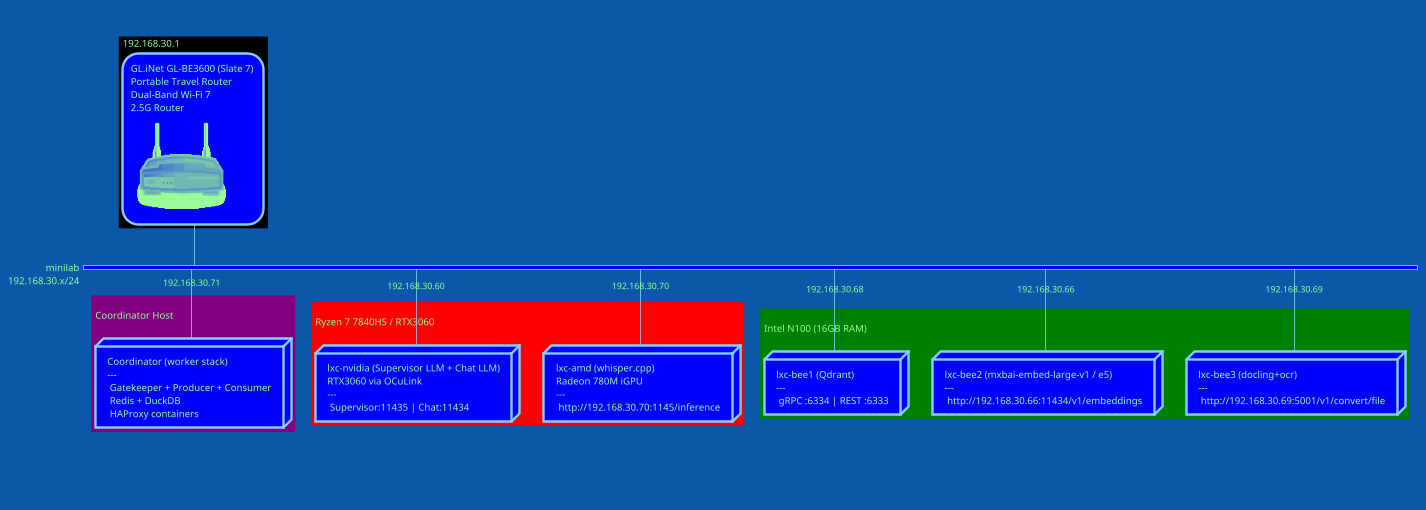
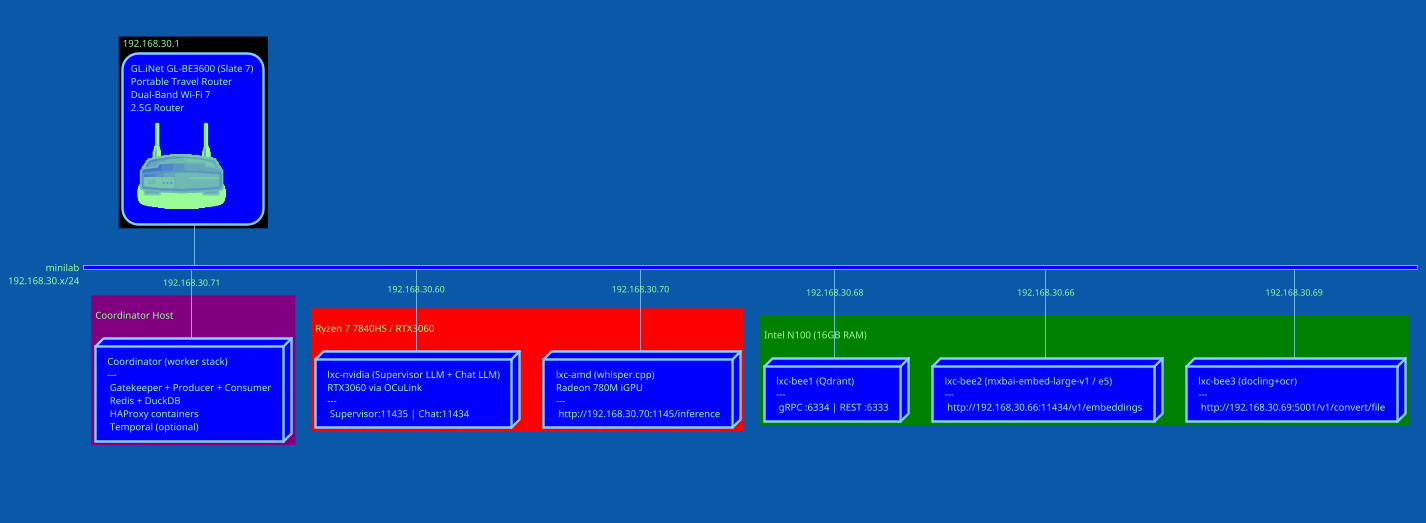
@startuml
@startnwdiag
'Adapted from https://github.com/Crashedmind/PlantUML-opensecurityarchitecture-icons/blob/master/all
scale .8
!include <osa/device_wireless_router/device_wireless_router>
!theme amiga
<style>
  element {
      Padding 10
      HorizontalAlignment center
      LineColor lightskyblue
      LineThickness 3.0
      BackgroundColor blue
      RoundCorner 40
      FontColor palegreen
  }
</style>
nwdiag {


    GL-BE3600 [description = "GL.iNet GL-BE3600 (Slate 7) \nPortable Travel Router\nDual-Band Wi-Fi 7, 2.5G Router\n<$device_wireless_router>"]

    network minilab {
        GL-BE3600
        address = "192.168.30.x/24"
        bee1 [address="192.168.30.68" shape = node, description = "lxc-bee1 (Qdrant)\n---\n gRPC :6334 | REST :6333"]
        bee2 [address="192.168.30.66" shape = node, description = "lxc-bee2 (mxbai-embed-large-v1 / e5)\n---\n http://192.168.30.66:11434/v1/embeddings"]
        bee3 [address="192.168.30.69" shape = node, description = "lxc-bee3 (docling+ocr)\n---\n http://192.168.30.69:5001/v1/convert/file"]
        lxc-nvidia [address="192.168.30.60" shape = node, description = "lxc-nvidia (Supervisor LLM + Chat LLM)\nRTX3060 via OCuLink\n---\n Supervisor:11435 | Chat:11434"]
        lxc-amd [address="192.168.30.70" shape = node, description = "lxc-amd (whisper.cpp)\nRadeon 780M iGPU\n---\n http://192.168.30.70:1145/inference"]
        address = "192.168.30.x/24"
-         coordinator [address="192.168.30.71" shape = node, description = "Coordinator (worker stack)\n---\n Gatekeeper + Producer + Consumer\n Redis + DuckDB\n HAProxy containers"]
+         coordinator [address="192.168.30.71" shape = node, description = "Coordinator (worker stack)\n---\n Gatekeeper + Producer + Consumer\n Redis + DuckDB\n HAProxy containers\n Temporal (optional)"]
   }

    group {
        color = "purple";
        description = "\nCoordinator Host\n";
        coordinator;
    }

    group {
        color = "red";
        description = "\nRyzen 7 7840HS / RTX3060\n";
        lxc-nvidia;
        lxc-amd;
    }

    group {
        color = "green";
        description = "\nIntel N100 (16GB RAM)\n";
        bee1;
        bee2;
        bee3;
    }

    group {
        color = "black"
        description = "192.168.30.1"
        GL-BE3600;
    }

}
@endnwdiag
@enduml
